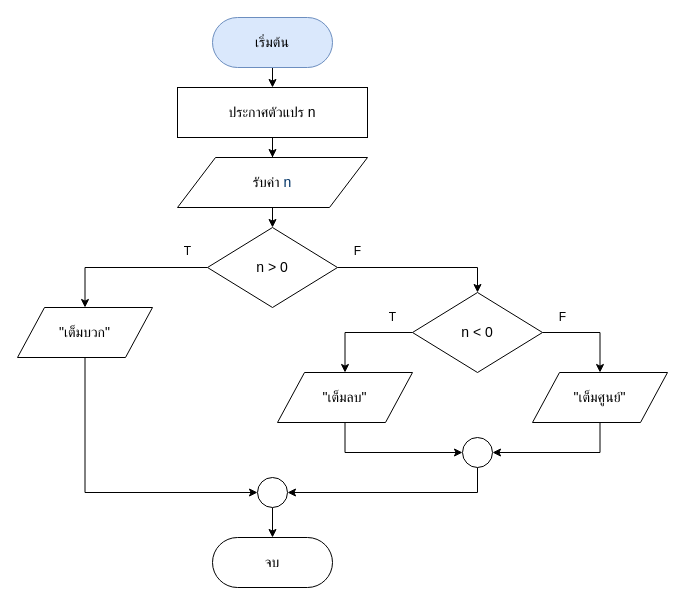
Above: check_number.drawio in sivarak/flowchart (draw.io), before the change. Source tidied: cells renumbered, new cells numbered last; positions are measured from the earlier drawing's top-left corner, leaving out a move shared by most shapes. Both pictures are drawn from the tidied source at 100%, with x=0, y=0 at pixel (17, 17).
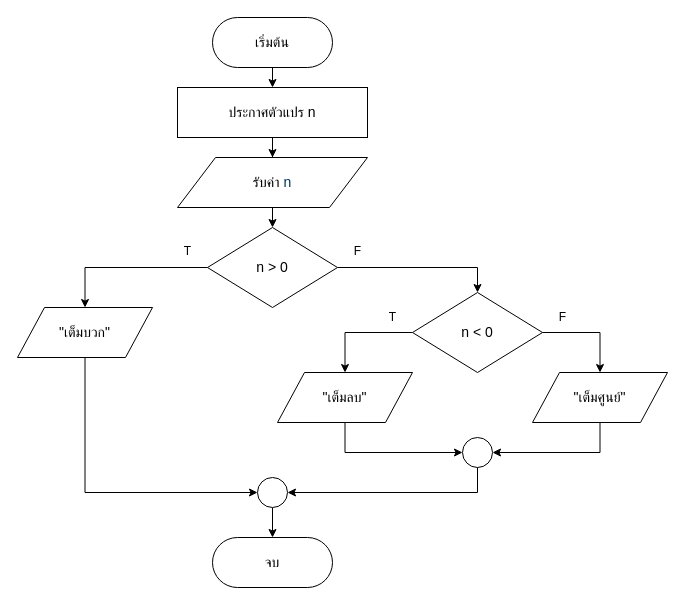
Above is the later version.

Diff of the diagram source:
```diff
@@
-    <mxCell id="3" value="&lt;font face=&quot;Kanit&quot; style=&quot;font-size: 14px&quot;&gt;เริ่มต้น&lt;/font&gt;" style="rounded=1;whiteSpace=wrap;html=1;arcSize=50;fillColor=#dae8fc;strokeColor=#6c8ebf;" parent="1" vertex="1">
+    <mxCell id="3" value="&lt;font face=&quot;Kanit&quot; style=&quot;font-size: 14px&quot;&gt;เริ่มต้น&lt;/font&gt;" style="rounded=1;whiteSpace=wrap;html=1;arcSize=50;" parent="1" vertex="1">
       <mxGeometry x="195" width="120" height="50" as="geometry" />
     </mxCell>
```
